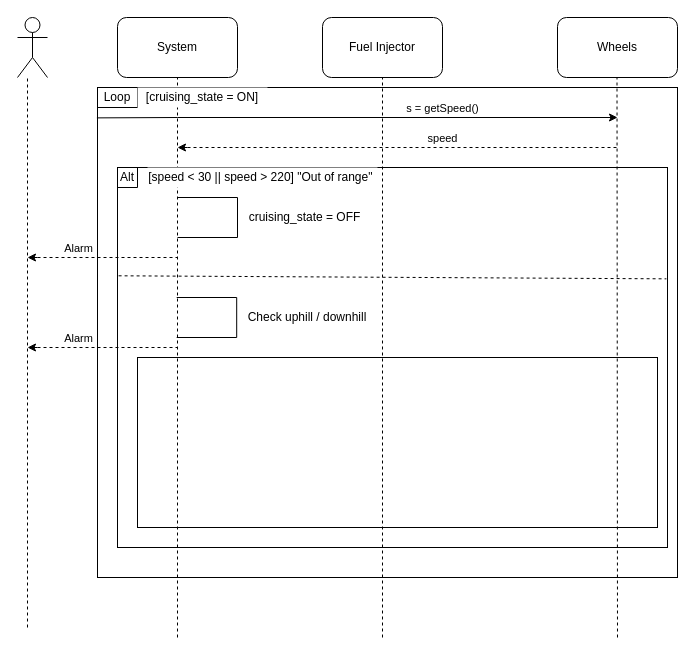
PashaJ23/sandbox-area keeps this draw.io diagram as Keep_Cruising.drawio. Above is the earlier version. Source tidied: cells renumbered, new cells numbered last; positions are measured from the earlier drawing's top-left corner, leaving out a move shared by most shapes. Both pictures are drawn from the tidied source at 100%, with x=0, y=0 at pixel (17, 17).
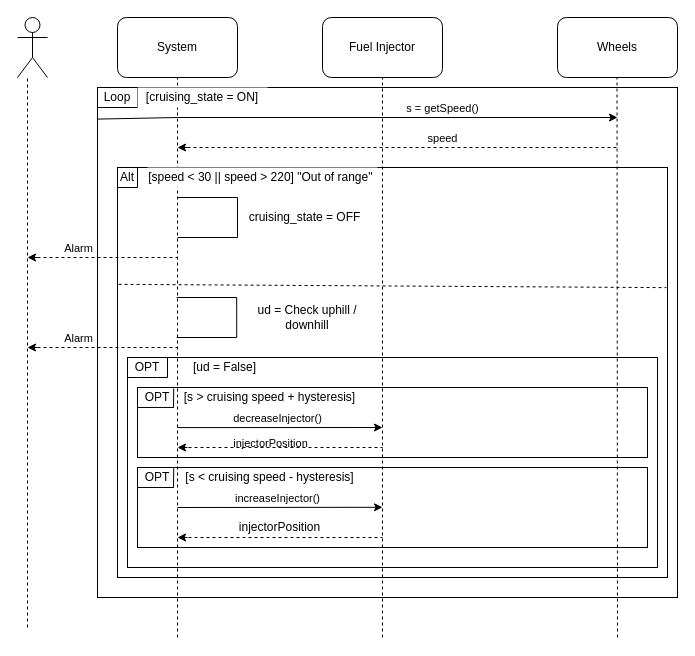
Above is the later version.

Diff of the diagram source:
```diff
@@
+    <mxCell id="42" style="rounded=0;whiteSpace=wrap;html=1;shadow=0;glass=0;labelBackgroundColor=#ffffff;sketch=0;fillColor=none;" parent="1" vertex="1">
+      <mxGeometry x="120" y="450" width="510" height="80" as="geometry" />
+    </mxCell>
     <mxCell id="2" style="rounded=0;whiteSpace=wrap;html=1;glass=0;shadow=0;sketch=0;fillColor=none;" parent="1" vertex="1">
-      <mxGeometry x="80" y="70" width="580" height="490" as="geometry" />
+      <mxGeometry x="80" y="70" width="580" height="510" as="geometry" />
     </mxCell>
     <mxCell id="3" style="rounded=0;whiteSpace=wrap;html=1;shadow=0;glass=0;labelBackgroundColor=#ffffff;sketch=0;fillColor=none;" parent="1" vertex="1">
-      <mxGeometry x="100" y="150" width="550" height="380" as="geometry" />
+      <mxGeometry x="100" y="150" width="550" height="410" as="geometry" />
     </mxCell>
+    <mxCell id="41" style="rounded=0;whiteSpace=wrap;html=1;shadow=0;glass=0;labelBackgroundColor=#ffffff;sketch=0;fillColor=none;" parent="1" vertex="1">
+      <mxGeometry x="110" y="340" width="530" height="210" as="geometry" />
+    </mxCell>
+    <mxCell id="43" style="rounded=0;whiteSpace=wrap;html=1;shadow=0;glass=0;labelBackgroundColor=#ffffff;sketch=0;fillColor=none;" parent="1" vertex="1">
+      <mxGeometry x="120" y="370" width="510" height="70" as="geometry" />
+    </mxCell>
@@
-    <mxCell id="34" value="[cruising_state = ON]" style="text;html=1;strokeColor=none;align=center;verticalAlign=middle;whiteSpace=wrap;rounded=0;shadow=0;glass=0;sketch=0;fillColor=#ffffff;" parent="1" vertex="1">
+    <mxCell id="34" value="[cruising_state = ON]" style="text;html=1;strokeColor=none;align=center;verticalAlign=middle;whiteSpace=wrap;rounded=0;shadow=0;glass=0;sketch=0;labelBackgroundColor=none;fillColor=#ffffff;" parent="1" vertex="1">
       <mxGeometry x="120" y="70" width="130" height="20" as="geometry" />
     </mxCell>
@@
-    <mxCell id="40" value="Check uphill / downhill" style="text;html=1;strokeColor=none;fillColor=none;align=center;verticalAlign=middle;whiteSpace=wrap;rounded=0;shadow=0;glass=0;labelBackgroundColor=#ffffff;sketch=0;" parent="1" vertex="1">
+    <mxCell id="40" value="ud = Check uphill / downhill" style="text;html=1;strokeColor=none;fillColor=none;align=center;verticalAlign=middle;whiteSpace=wrap;rounded=0;shadow=0;glass=0;labelBackgroundColor=#ffffff;sketch=0;" parent="1" vertex="1">
       <mxGeometry x="220" y="280" width="140" height="40" as="geometry" />
     </mxCell>
-    <mxCell id="41" style="rounded=0;whiteSpace=wrap;html=1;shadow=0;glass=0;labelBackgroundColor=#ffffff;sketch=0;fillColor=none;" parent="1" vertex="1">
-      <mxGeometry x="120" y="340" width="520" height="170" as="geometry" />
-    </mxCell>
+    <mxCell id="44" value="OPT" style="text;html=1;strokeColor=none;fillColor=none;align=center;verticalAlign=middle;whiteSpace=wrap;rounded=0;shadow=0;glass=0;labelBackgroundColor=#ffffff;sketch=0;" parent="1" vertex="1">
+      <mxGeometry x="110" y="340" width="40" height="20" as="geometry" />
+    </mxCell>
+    <mxCell id="45" style="endArrow=none;html=1;entryX=1;entryY=1;entryDx=0;entryDy=0;exitX=0;exitY=1;exitDx=0;exitDy=0;" parent="1" edge="1" source="44" target="44">
+      <mxGeometry relative="1" as="geometry">
+        <Array as="points">
+          <mxPoint x="130" y="360" />
+        </Array>
+      </mxGeometry>
+    </mxCell>
+    <mxCell id="46" style="endArrow=none;html=1;entryX=1;entryY=0;entryDx=0;entryDy=0;exitX=1;exitY=1;exitDx=0;exitDy=0;" parent="1" edge="1" source="44" target="44">
+      <mxGeometry relative="1" as="geometry" />
+    </mxCell>
+    <mxCell id="47" value="[ud = False]" style="text;html=1;strokeColor=none;fillColor=none;align=center;verticalAlign=middle;whiteSpace=wrap;rounded=0;shadow=0;glass=0;labelBackgroundColor=#ffffff;sketch=0;" parent="1" vertex="1">
+      <mxGeometry x="165" y="340" width="85" height="20" as="geometry" />
+    </mxCell>
+    <mxCell id="48" value="OPT" style="text;html=1;strokeColor=none;fillColor=none;align=center;verticalAlign=middle;whiteSpace=wrap;rounded=0;shadow=0;glass=0;labelBackgroundColor=#ffffff;sketch=0;" parent="1" vertex="1">
+      <mxGeometry x="120" y="370" width="40" height="20" as="geometry" />
+    </mxCell>
+    <mxCell id="49" style="endArrow=none;html=1;exitX=0;exitY=1;exitDx=0;exitDy=0;entryX=0.906;entryY=0.998;entryDx=0;entryDy=0;entryPerimeter=0;" parent="1" edge="1" source="48" target="48">
+      <mxGeometry relative="1" as="geometry" />
+    </mxCell>
+    <mxCell id="50" style="endArrow=none;html=1;entryX=0.905;entryY=0.045;entryDx=0;entryDy=0;entryPerimeter=0;" parent="1" edge="1" target="48">
+      <mxGeometry relative="1" as="geometry">
+        <mxPoint x="156" y="390" as="sourcePoint" />
+      </mxGeometry>
+    </mxCell>
+    <mxCell id="51" value="[s &amp;gt; cruising speed + hysteresis]" style="text;html=1;strokeColor=none;fillColor=none;align=center;verticalAlign=middle;whiteSpace=wrap;rounded=0;shadow=0;glass=0;labelBackgroundColor=#ffffff;sketch=0;" parent="1" vertex="1">
+      <mxGeometry x="160" y="370" width="185" height="20" as="geometry" />
+    </mxCell>
+    <mxCell id="52" style="endArrow=classic;html=1;" parent="1" edge="1">
+      <mxGeometry relative="1" as="geometry">
+        <mxPoint x="160" y="410.1" as="sourcePoint" />
+        <mxPoint x="365" y="410" as="targetPoint" />
+      </mxGeometry>
+    </mxCell>
+    <mxCell id="53" value="decreaseInjector()" style="edgeLabel;html=1;align=center;verticalAlign=middle;" parent="52" vertex="1">
+      <mxGeometry x="0.35" relative="1" as="geometry">
+        <mxPoint x="-38.4" y="-9.9" as="offset" />
+      </mxGeometry>
+    </mxCell>
+    <mxCell id="54" style="endArrow=none;dashed=1;html=1;" parent="1" edge="1">
+      <mxGeometry relative="1" as="geometry">
+        <mxPoint x="165" y="430" as="sourcePoint" />
+        <mxPoint x="365" y="430" as="targetPoint" />
+      </mxGeometry>
+    </mxCell>
+    <mxCell id="55" value="injectorPosition" style="edgeLabel;html=1;align=center;verticalAlign=middle;labelBackgroundColor=none;" parent="54" vertex="1">
+      <mxGeometry x="-0.1" relative="1" as="geometry">
+        <mxPoint x="-2.9" y="-5" as="offset" />
+      </mxGeometry>
+    </mxCell>
+    <mxCell id="56" style="endArrow=classic;html=1;" parent="1" edge="1">
+      <mxGeometry relative="1" as="geometry">
+        <mxPoint x="170" y="430" as="sourcePoint" />
+        <mxPoint x="160" y="430" as="targetPoint" />
+      </mxGeometry>
+    </mxCell>
+    <mxCell id="57" value="OPT" style="text;html=1;strokeColor=none;fillColor=none;align=center;verticalAlign=middle;whiteSpace=wrap;rounded=0;shadow=0;glass=0;labelBackgroundColor=#ffffff;sketch=0;" parent="1" vertex="1">
+      <mxGeometry x="120" y="450" width="40" height="20" as="geometry" />
+    </mxCell>
+    <mxCell id="58" style="endArrow=none;html=1;exitX=0;exitY=1;exitDx=0;exitDy=0;entryX=0.906;entryY=0.998;entryDx=0;entryDy=0;entryPerimeter=0;" parent="1" edge="1">
+      <mxGeometry relative="1" as="geometry">
+        <mxPoint x="120" y="470" as="sourcePoint" />
+        <mxPoint x="156.2" y="470" as="targetPoint" />
+      </mxGeometry>
+    </mxCell>
+    <mxCell id="59" style="endArrow=none;html=1;exitX=0.9;exitY=1.007;exitDx=0;exitDy=0;exitPerimeter=0;entryX=0.071;entryY=0.009;entryDx=0;entryDy=0;entryPerimeter=0;" parent="1" edge="1" source="57" target="42">
+      <mxGeometry relative="1" as="geometry" />
+    </mxCell>
+    <mxCell id="60" value="[s &amp;lt; cruising speed - hysteresis]" style="text;html=1;strokeColor=none;fillColor=none;align=center;verticalAlign=middle;whiteSpace=wrap;rounded=0;shadow=0;glass=0;labelBackgroundColor=none;sketch=0;" parent="1" vertex="1">
+      <mxGeometry x="165" y="450" width="175" height="20" as="geometry" />
+    </mxCell>
+    <mxCell id="61" style="endArrow=classic;html=1;" parent="1" edge="1">
+      <mxGeometry relative="1" as="geometry">
+        <mxPoint x="160" y="490" as="sourcePoint" />
+        <mxPoint x="365" y="489.8" as="targetPoint" />
+      </mxGeometry>
+    </mxCell>
+    <mxCell id="62" value="increaseInjector()" style="edgeLabel;html=1;align=center;verticalAlign=middle;" parent="61" vertex="1">
+      <mxGeometry x="-0.21" relative="1" as="geometry">
+        <mxPoint x="18.7" y="-9.9" as="offset" />
+      </mxGeometry>
+    </mxCell>
+    <mxCell id="63" style="endArrow=none;dashed=1;html=1;" parent="1" edge="1">
+      <mxGeometry relative="1" as="geometry">
+        <mxPoint x="165" y="520" as="sourcePoint" />
+        <mxPoint x="365" y="520" as="targetPoint" />
+      </mxGeometry>
+    </mxCell>
+    <mxCell id="64" style="endArrow=classic;html=1;" parent="1" edge="1">
+      <mxGeometry relative="1" as="geometry">
+        <mxPoint x="170" y="520" as="sourcePoint" />
+        <mxPoint x="160" y="520" as="targetPoint" />
+      </mxGeometry>
+    </mxCell>
+    <mxCell id="65" value="injectorPosition" style="text;html=1;strokeColor=none;fillColor=none;align=center;verticalAlign=middle;whiteSpace=wrap;rounded=0;shadow=0;glass=0;labelBackgroundColor=none;sketch=0;" parent="1" vertex="1">
+      <mxGeometry x="210" y="500" width="105" height="20" as="geometry" />
+    </mxCell>
```
